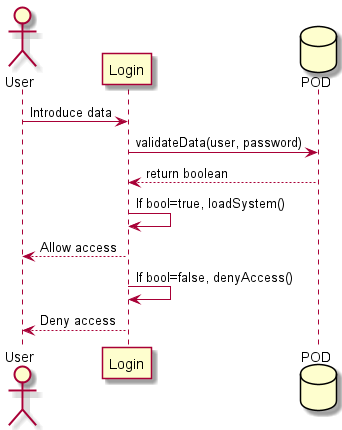
Arquisoft/dede_es6c keeps this PlantUML diagram as docs/images/06_login_runtime_view.png. Above is the earlier version. The source it was exported from:
```plantuml
@startuml login
actor User
participant Login
database POD
User -> Login : Introduce data
Login -> POD : validateData(user, password)
POD --> Login : return boolean
Login -> Login : If bool=true, loadSystem()
Login --> User : Allow access
Login -> Login : If bool=false, denyAccess()
Login --> User : Deny access
@enduml
```
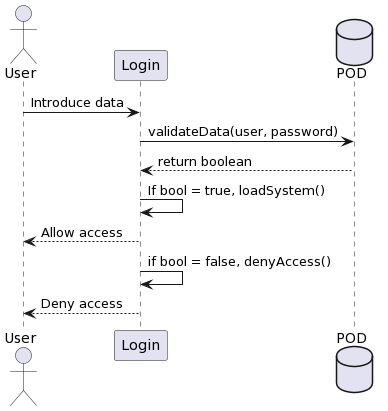
The same file after the commit.

The edit, as a diff of the source:
```diff
@@ -1,12 +1,11 @@
-@startuml login
+@startuml
 actor User
-participant Login
+User -> Login: Introduce data
 database POD
-User -> Login : Introduce data
 Login -> POD : validateData(user, password)
 POD --> Login : return boolean
-Login -> Login : If bool=true, loadSystem()
+Login -> Login : If bool = true, loadSystem()
 Login --> User : Allow access
-Login -> Login : If bool=false, denyAccess()
+Login -> Login : if bool = false, denyAccess()
 Login --> User : Deny access
 @enduml
```
